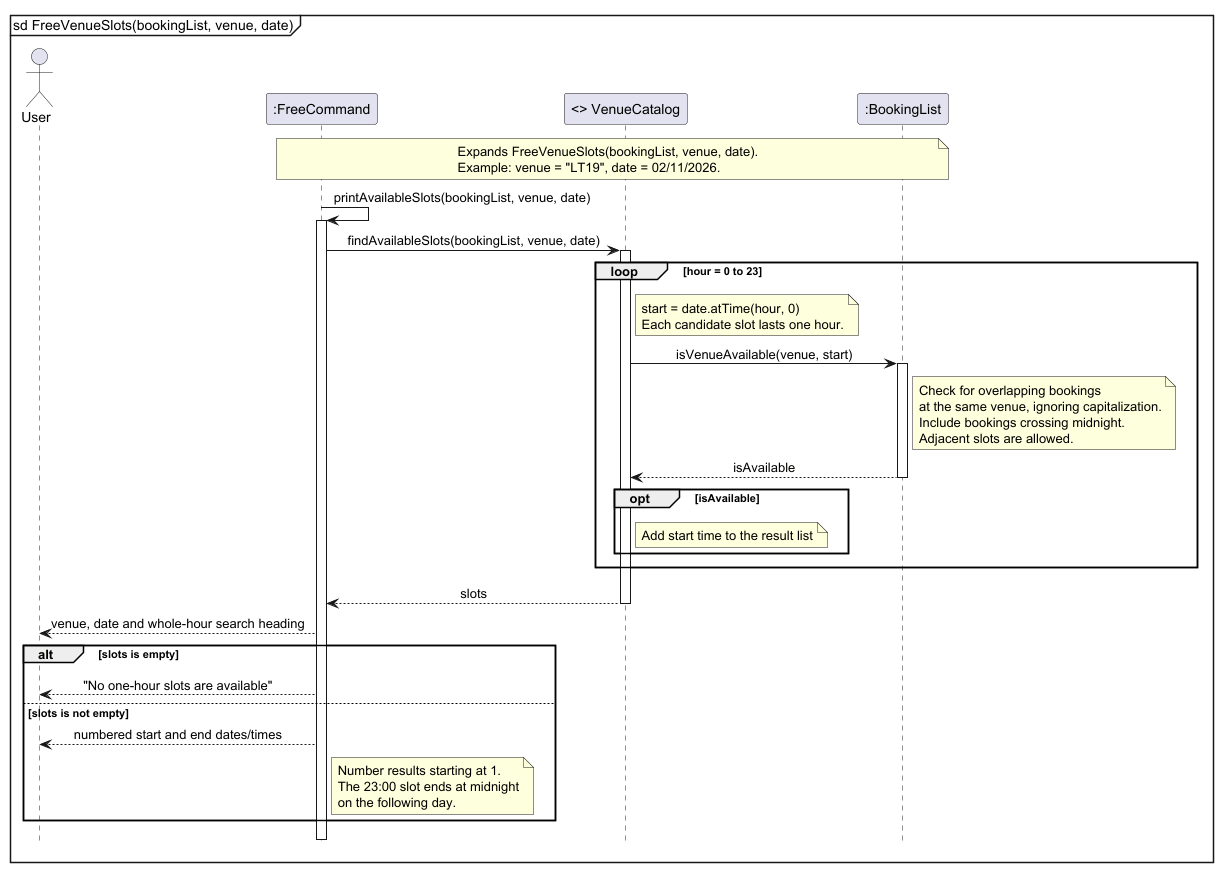
Earlier version of the PlantUML export docs/UMLDiagrams/FreeVenueSlotsSequenceDiagram.png (AY2627S1-CS2113-W14-2/tp). The source it was exported from:
```plantuml
@startuml FreeVenueSlots
mainframe sd FreeVenueSlots(bookingList, venue, date)

skinparam sequenceMessageAlign center
hide footbox

actor User
participant ":FreeCommand" as Free
participant "<> VenueCatalog" as Catalog
participant ":BookingList" as Bookings

note over Free, Bookings
Expands FreeVenueSlots(bookingList, venue, date).
Example: venue = "LT19", date = 02/11/2026.
end note

Free -> Free: printAvailableSlots(bookingList, venue, date)
activate Free

Free -> Catalog: findAvailableSlots(bookingList, venue, date)
activate Catalog

loop hour = 0 to 23
    note right of Catalog
    start = date.atTime(hour, 0)
    Each candidate slot lasts one hour.
    end note

    Catalog -> Bookings: isVenueAvailable(venue, start)
    activate Bookings

    note right of Bookings
    Check for overlapping bookings
    at the same venue, ignoring capitalization.
    Include bookings crossing midnight.
    Adjacent slots are allowed.
    end note

    Bookings --> Catalog: isAvailable
    deactivate Bookings

    opt isAvailable
        note right of Catalog: Add start time to the result list
    end
end

Catalog --> Free: slots
deactivate Catalog

Free --> User: venue, date and whole-hour search heading

alt slots is empty
    Free --> User: "No one-hour slots are available"
else slots is not empty
    Free --> User: numbered start and end dates/times

    note right of Free
    Number results starting at 1.
    The 23:00 slot ends at midnight
    on the following day.
    end note
end

deactivate Free

@enduml
```
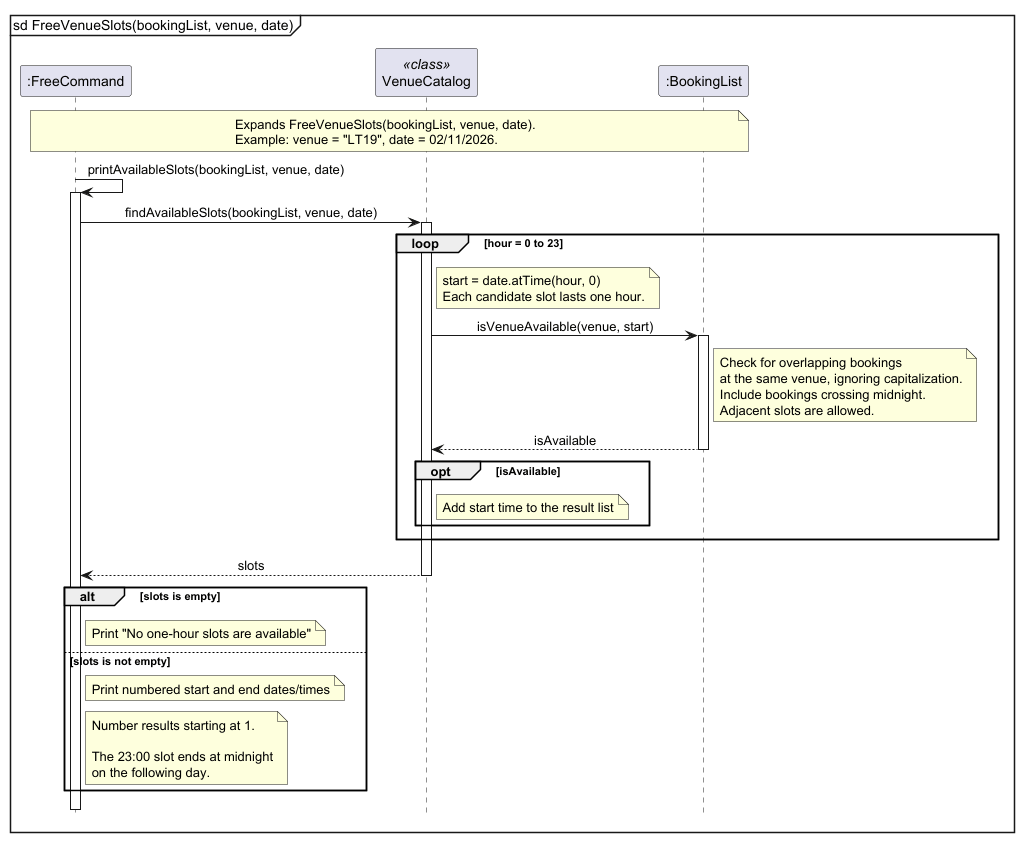
Later version of the same file.

Commit message:
Updated DG diagrams for free and list commands, updated PPP

Diff of the diagram source:
```diff
@@ -1,12 +1,11 @@
-@startuml FreeVenueSlots
+@startuml
 mainframe sd FreeVenueSlots(bookingList, venue, date)
 
 skinparam sequenceMessageAlign center
 hide footbox
 
-actor User
 participant ":FreeCommand" as Free
-participant "<> VenueCatalog" as Catalog
+participant "VenueCatalog" as Catalog <<class>>
 participant ":BookingList" as Bookings
 
 note over Free, Bookings
@@ -47,20 +46,18 @@
 Catalog --> Free: slots
 deactivate Catalog
 
-Free --> User: venue, date and whole-hour search heading
-
 alt slots is empty
-    Free --> User: "No one-hour slots are available"
+    note right of Free: Print "No one-hour slots are available"
 else slots is not empty
-    Free --> User: numbered start and end dates/times
+    note right of Free: Print numbered start and end dates/times
 
     note right of Free
     Number results starting at 1.
+
     The 23:00 slot ends at midnight
     on the following day.
     end note
 end
 
 deactivate Free
-
 @enduml
```
